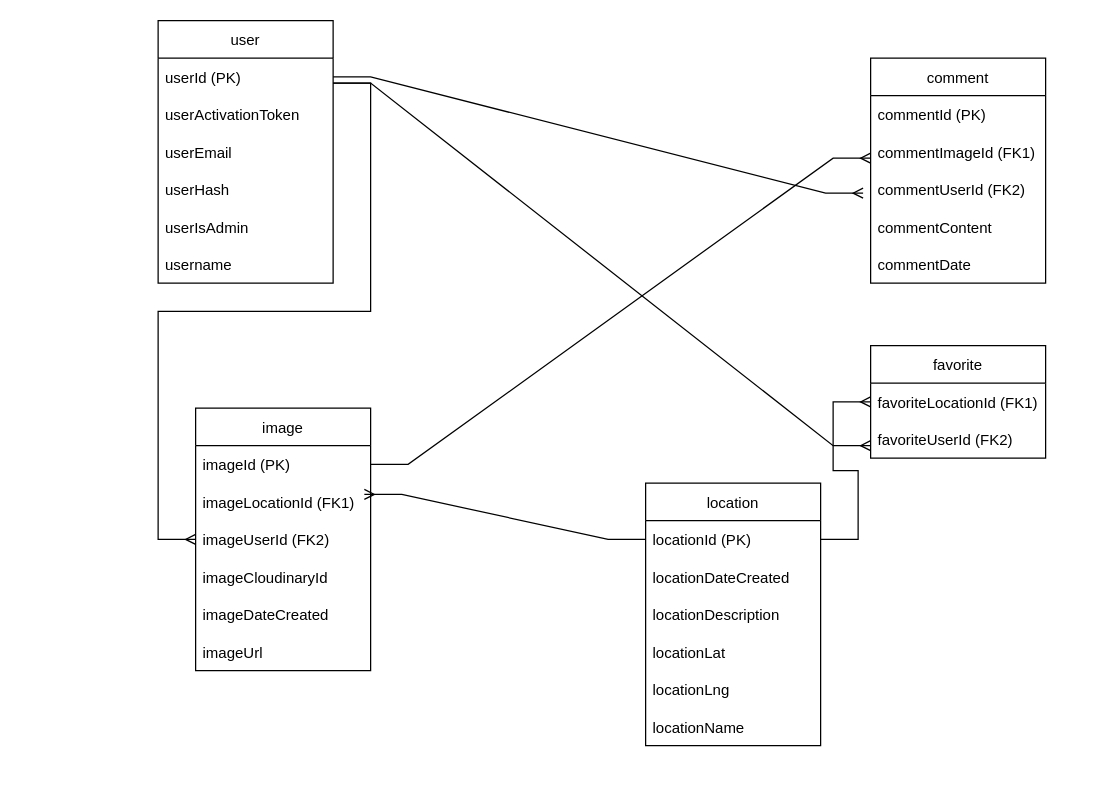
This is documentation/Wildlife_ERD.drawio from Least-Valuable-Painters/ABQ-Wildlife, a draw.io file, before an edit. Source tidied: cells renumbered, new cells numbered last; positions are measured from the earlier drawing's top-left corner, leaving out a move shared by most shapes. Both pictures are drawn from the tidied source at 125%, with x=0, y=0 at pixel (158, 20).
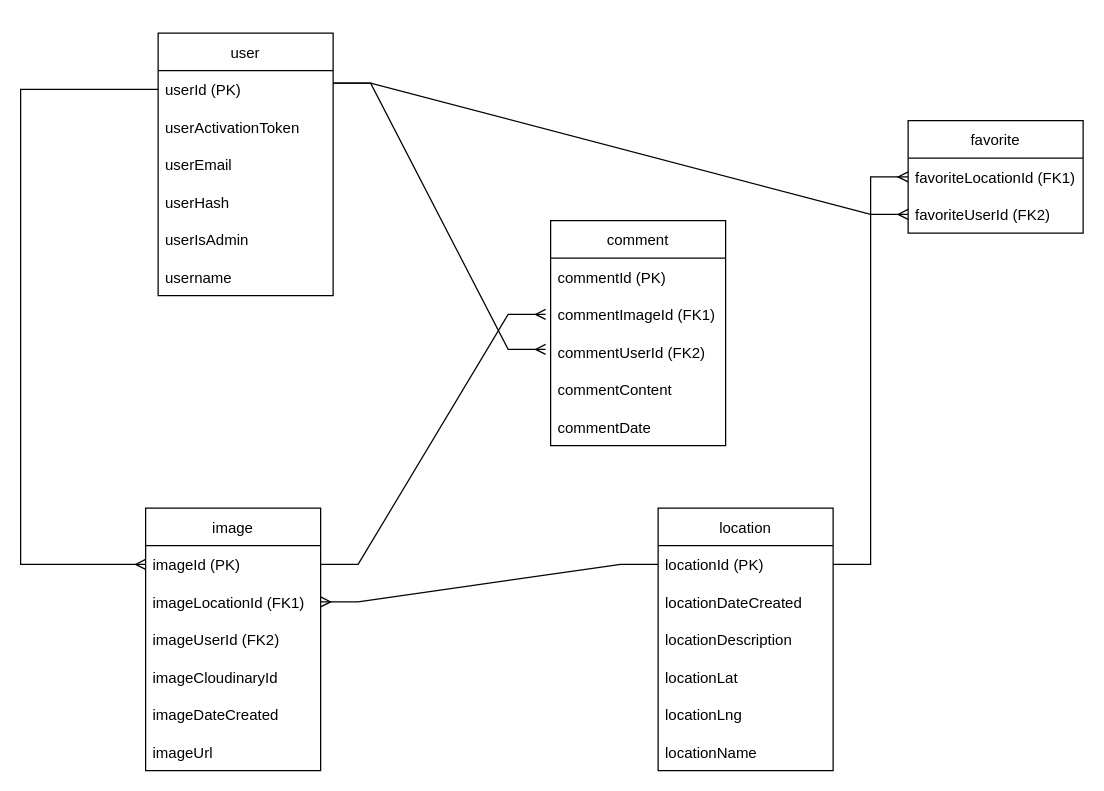
After the change.

The change refers to these unchanged cells:
```xml
<mxCell id="3" value="userId (PK)" style="text;strokeColor=none;fillColor=none;align=left;verticalAlign=middle;spacingLeft=4;spacingRight=4;overflow=hidden;points=[[0,0.5],[1,0.5]];portConstraint=eastwest;" parent="2" vertex="1">
  <mxGeometry y="30" width="140" height="30" as="geometry" />
</mxCell>
<mxCell id="11" value="commentImageId (FK1)" style="text;strokeColor=none;fillColor=none;align=left;verticalAlign=middle;spacingLeft=4;spacingRight=4;overflow=hidden;points=[[0,0.5],[1,0.5]];portConstraint=eastwest;" parent="9" vertex="1">
  <mxGeometry y="60" width="140" height="30" as="geometry" />
</mxCell>
<mxCell id="12" value="commentUserId (FK2)" style="text;strokeColor=none;fillColor=none;align=left;verticalAlign=middle;spacingLeft=4;spacingRight=4;overflow=hidden;points=[[0,0.5],[1,0.5]];portConstraint=eastwest;" parent="9" vertex="1">
  <mxGeometry y="90" width="140" height="30" as="geometry" />
</mxCell>
<mxCell id="16" value="locationId (PK)" style="text;strokeColor=none;fillColor=none;align=left;verticalAlign=middle;spacingLeft=4;spacingRight=4;overflow=hidden;points=[[0,0.5],[1,0.5]];portConstraint=eastwest;" parent="15" vertex="1">
  <mxGeometry y="30" width="140" height="30" as="geometry" />
</mxCell>
<mxCell id="23" value="imageId (PK)" style="text;strokeColor=none;fillColor=none;align=left;verticalAlign=middle;spacingLeft=4;spacingRight=4;overflow=hidden;points=[[0,0.5],[1,0.5]];portConstraint=eastwest;" parent="22" vertex="1">
  <mxGeometry y="30" width="140" height="30" as="geometry" />
</mxCell>
<mxCell id="24" value="imageLocationId (FK1)" style="text;strokeColor=none;fillColor=none;align=left;verticalAlign=middle;spacingLeft=4;spacingRight=4;overflow=hidden;points=[[0,0.5],[1,0.5]];portConstraint=eastwest;" parent="22" vertex="1">
  <mxGeometry y="60" width="140" height="30" as="geometry" />
</mxCell>
```

Change to the diagram source:
```diff
@@
     <mxCell id="2" value="user" style="swimlane;fontStyle=0;horizontal=1;startSize=30;" parent="1" vertex="1">
-      <mxGeometry width="140" height="210" as="geometry" />
+      <mxGeometry y="10" width="140" height="210" as="geometry" />
     </mxCell>
@@
     <mxCell id="9" value="comment" style="swimlane;fontStyle=0;horizontal=1;startSize=30;" parent="1" vertex="1">
-      <mxGeometry x="570" y="30" width="140" height="180" as="geometry" />
+      <mxGeometry x="314" y="160" width="140" height="180" as="geometry" />
     </mxCell>
@@
     <mxCell id="15" value="location" style="swimlane;fontStyle=0;horizontal=1;startSize=30;" parent="1" vertex="1">
-      <mxGeometry x="390" y="370" width="140" height="210" as="geometry" />
+      <mxGeometry x="400" y="390" width="140" height="210" as="geometry" />
     </mxCell>
@@
     <mxCell id="22" value="image" style="swimlane;fontStyle=0;horizontal=1;startSize=30;" parent="1" vertex="1">
-      <mxGeometry x="30" y="310" width="140" height="210" as="geometry" />
+      <mxGeometry x="-10" y="390" width="140" height="210" as="geometry" />
     </mxCell>
@@
     <mxCell id="29" value="favorite" style="swimlane;fontStyle=0;horizontal=1;startSize=30;" parent="1" vertex="1">
-      <mxGeometry x="570" y="260" width="140" height="90" as="geometry" />
+      <mxGeometry x="600" y="80" width="140" height="90" as="geometry" />
     </mxCell>
@@
-    <mxCell id="32" style="edgeStyle=entityRelationEdgeStyle;fontSize=12;html=1;endArrow=ERmany;rounded=0;exitX=1;exitY=0.5;exitDx=0;exitDy=0;entryX=-0.043;entryY=0.6;entryDx=0;entryDy=0;entryPerimeter=0;" parent="1" edge="1" source="3" target="12">
-      <mxGeometry relative="1" as="geometry" />
+    <mxCell id="32" style="edgeStyle=entityRelationEdgeStyle;fontSize=12;html=1;endArrow=ERmany;rounded=0;" parent="1" edge="1">
+      <mxGeometry relative="1" as="geometry">
+        <mxPoint x="140" y="50" as="sourcePoint" />
+        <mxPoint x="310" y="263" as="targetPoint" />
+      </mxGeometry>
     </mxCell>
     <mxCell id="33" style="edgeStyle=entityRelationEdgeStyle;fontSize=12;html=1;endArrow=ERmany;rounded=0;" parent="1" edge="1">
       <mxGeometry relative="1" as="geometry">
         <mxPoint x="140" y="50" as="sourcePoint" />
-        <mxPoint x="570" y="340" as="targetPoint" />
+        <mxPoint x="600" y="155" as="targetPoint" />
       </mxGeometry>
     </mxCell>
-    <mxCell id="34" style="edgeStyle=entityRelationEdgeStyle;fontSize=12;html=1;endArrow=ERmany;rounded=0;entryX=0;entryY=0.667;entryDx=0;entryDy=0;entryPerimeter=0;exitX=1;exitY=0.5;exitDx=0;exitDy=0;" parent="1" edge="1" source="23" target="11">
-      <mxGeometry relative="1" as="geometry" />
+    <mxCell id="34" style="edgeStyle=entityRelationEdgeStyle;fontSize=12;html=1;endArrow=ERmany;rounded=0;exitX=1;exitY=0.5;exitDx=0;exitDy=0;" parent="1" edge="1" source="23">
+      <mxGeometry relative="1" as="geometry">
+        <mxPoint x="310" y="235" as="targetPoint" />
+      </mxGeometry>
     </mxCell>
     <mxCell id="35" style="edgeStyle=entityRelationEdgeStyle;fontSize=12;html=1;endArrow=ERmany;rounded=0;exitX=1;exitY=0.5;exitDx=0;exitDy=0;" parent="1" edge="1" source="16">
       <mxGeometry relative="1" as="geometry">
-        <mxPoint x="570" y="305" as="targetPoint" />
+        <mxPoint x="600" y="125" as="targetPoint" />
       </mxGeometry>
     </mxCell>
+    <mxCell id="38" style="edgeStyle=elbowEdgeStyle;fontSize=12;html=1;endArrow=ERmany;rounded=0;exitX=0;exitY=0.5;exitDx=0;exitDy=0;" parent="1" edge="1" source="3">
+      <mxGeometry relative="1" as="geometry">
+        <mxPoint x="-10" y="435" as="targetPoint" />
+        <Array as="points">
+          <mxPoint x="-110" y="230" />
+        </Array>
+      </mxGeometry>
+    </mxCell>
-    <mxCell id="36" style="edgeStyle=entityRelationEdgeStyle;fontSize=12;html=1;endArrow=ERmany;rounded=0;entryX=0.964;entryY=0.3;entryDx=0;entryDy=0;exitX=0;exitY=0.5;exitDx=0;exitDy=0;entryPerimeter=0;" parent="1" edge="1" source="16" target="24">
+    <mxCell id="36" style="edgeStyle=entityRelationEdgeStyle;fontSize=12;html=1;endArrow=ERmany;rounded=0;elbow=vertical;exitX=0;exitY=0.5;exitDx=0;exitDy=0;entryX=1;entryY=0.5;entryDx=0;entryDy=0;" parent="1" edge="1" source="16" target="24">
       <mxGeometry relative="1" as="geometry" />
     </mxCell>
-    <mxCell id="37" style="edgeStyle=entityRelationEdgeStyle;fontSize=12;html=1;endArrow=ERmany;rounded=0;" parent="1" edge="1">
-      <mxGeometry relative="1" as="geometry">
-        <mxPoint x="140" y="50" as="sourcePoint" />
-        <mxPoint x="30" y="415" as="targetPoint" />
-      </mxGeometry>
-    </mxCell>
```
